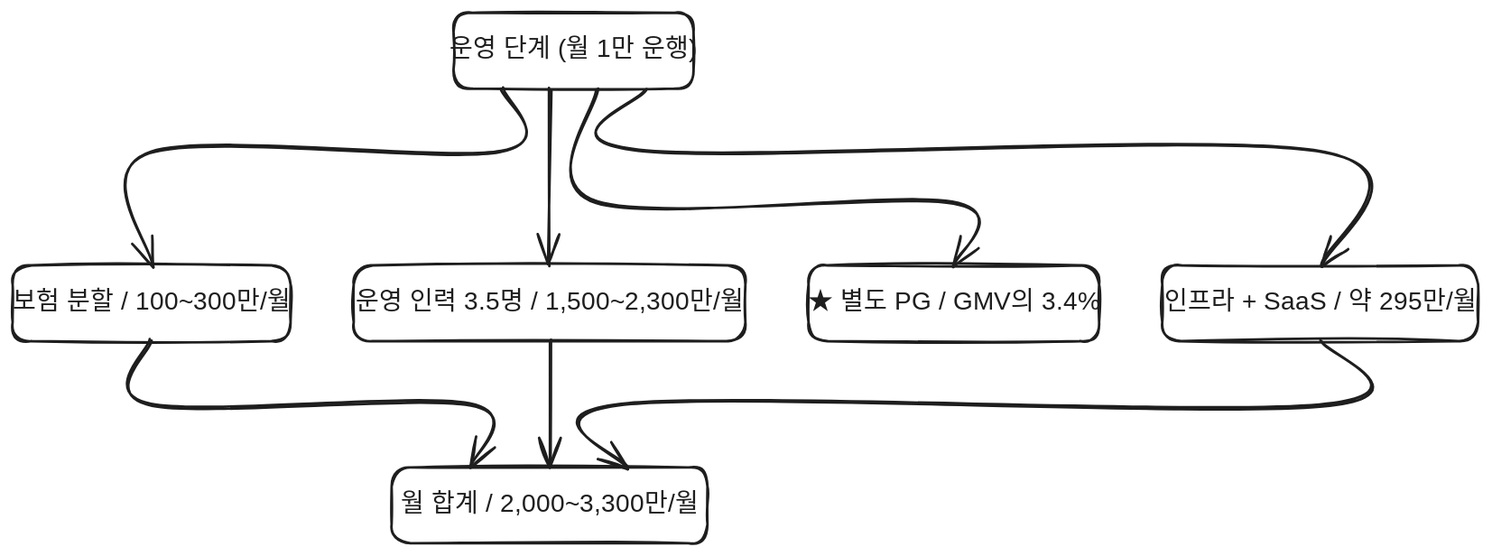
The Excalidraw diagram diagrams/08-cost-operations.excalidraw.svg in serendibeats/cargypsy, before a commit. Source tidied: one line per element, renumbered; positions are measured from the earlier drawing's top-left corner, leaving out a move shared by most shapes.
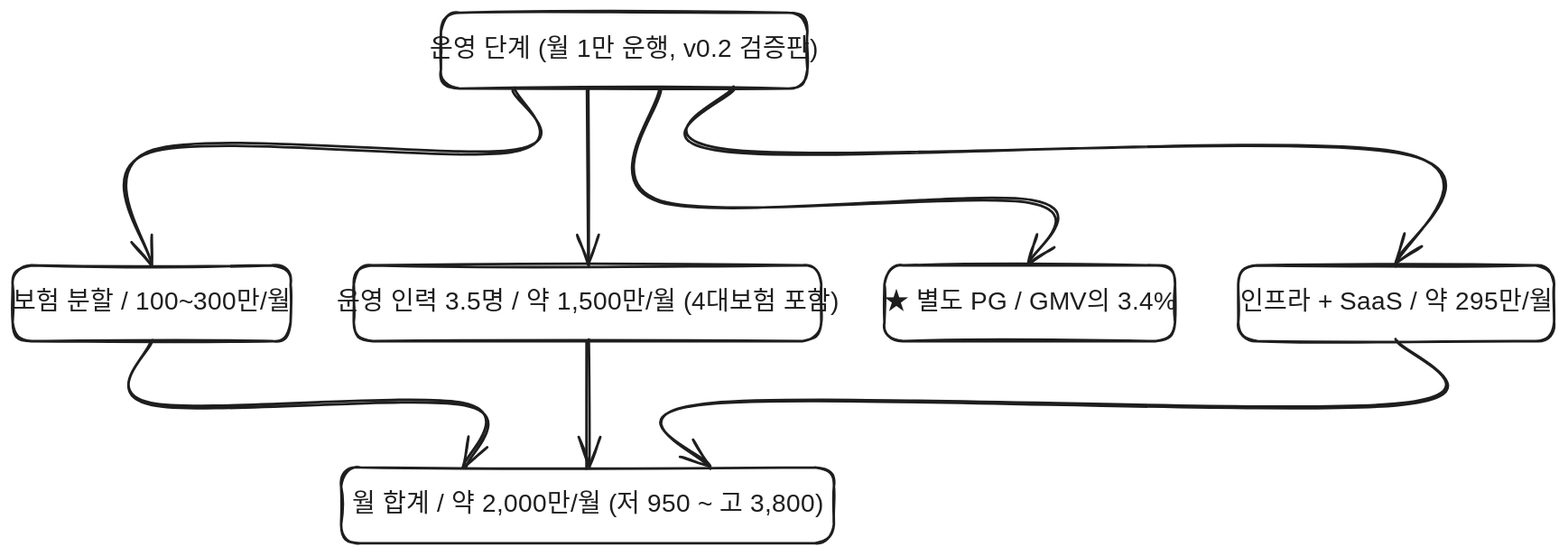
The same file after the commit.

Diff of the diagram source:
```diff
@@ -1,19 +1,19 @@
-{"id": 0, "type": "rectangle", "strokeColor": "#1e1e1e", "strokeWidth": 2, "roughness": 1, "round": true, "x": 349, "y": 0, "width": 190, "height": 60}
-{"id": 1, "type": "text", "text": "운영 단계 (월 1만 운행)", "strokeColor": "#1e1e1e", "strokeWidth": 2, "roughness": 1, "fontSize": 20, "fontFamily": 5, "textAlign": "center", "verticalAlign": "middle", "x": 354, "y": 18, "width": 180, "height": 25}
-{"id": 2, "type": "rectangle", "strokeColor": "#1e1e1e", "strokeWidth": 2, "roughness": 1, "round": true, "x": 910, "y": 200, "width": 250, "height": 60}
+{"id": 19, "type": "rectangle", "strokeColor": "#1e1e1e", "strokeWidth": 2, "roughness": 1, "round": true, "x": 279, "y": 0, "width": 290, "height": 60}
+{"id": 20, "type": "text", "text": "운영 단계 (월 1만 운행, v0.2 검증판)", "strokeColor": "#1e1e1e", "strokeWidth": 2, "roughness": 1, "fontSize": 20, "fontFamily": 5, "textAlign": "center", "verticalAlign": "middle", "x": 274, "y": 18, "width": 300, "height": 25}
+{"id": 21, "type": "rectangle", "strokeColor": "#1e1e1e", "strokeWidth": 2, "roughness": 1, "round": true, "x": 910, "y": 200, "width": 250, "height": 60}
 {"id": 3, "type": "text", "text": "인프라 + SaaS / 약 295만/월", "strokeColor": "#1e1e1e", "strokeWidth": 2, "roughness": 1, "fontSize": 20, "fontFamily": 5, "textAlign": "center", "verticalAlign": "middle", "x": 909, "y": 218, "width": 252, "height": 25}
-{"id": 4, "type": "rectangle", "strokeColor": "#1e1e1e", "strokeWidth": 2, "roughness": 1, "round": true, "x": 270, "y": 200, "width": 310, "height": 60}
-{"id": 5, "type": "text", "text": "운영 인력 3.5명 / 1,500~2,300만/월", "strokeColor": "#1e1e1e", "strokeWidth": 2, "roughness": 1, "fontSize": 20, "fontFamily": 5, "textAlign": "center", "verticalAlign": "middle", "x": 263, "y": 218, "width": 324, "height": 25}
-{"id": 6, "type": "rectangle", "strokeColor": "#1e1e1e", "strokeWidth": 2, "roughness": 1, "round": true, "x": 0, "y": 200, "width": 220, "height": 60}
+{"id": 22, "type": "rectangle", "strokeColor": "#1e1e1e", "strokeWidth": 2, "roughness": 1, "round": true, "x": 210, "y": 200, "width": 370, "height": 60}
+{"id": 23, "type": "text", "text": "운영 인력 3.5명 / 약 1,500만/월 (4대보험 포함)", "strokeColor": "#1e1e1e", "strokeWidth": 2, "roughness": 1, "fontSize": 20, "fontFamily": 5, "textAlign": "center", "verticalAlign": "middle", "x": 197, "y": 218, "width": 396, "height": 25}
+{"id": 24, "type": "rectangle", "strokeColor": "#1e1e1e", "strokeWidth": 2, "roughness": 1, "round": true, "x": -60, "y": 200, "width": 220, "height": 60}
-{"id": 7, "type": "text", "text": "보험 분할 / 100~300만/월", "strokeColor": "#1e1e1e", "strokeWidth": 2, "roughness": 1, "fontSize": 20, "fontFamily": 5, "textAlign": "center", "verticalAlign": "middle", "x": 2, "y": 218, "width": 216, "height": 25}
+{"id": 7, "type": "text", "text": "보험 분할 / 100~300만/월", "strokeColor": "#1e1e1e", "strokeWidth": 2, "roughness": 1, "fontSize": 20, "fontFamily": 5, "textAlign": "center", "verticalAlign": "middle", "x": -58, "y": 218, "width": 216, "height": 25}
-{"id": 8, "type": "rectangle", "strokeColor": "#1e1e1e", "strokeWidth": 2, "roughness": 1, "round": true, "x": 300, "y": 360, "width": 250, "height": 60}
-{"id": 9, "type": "text", "text": "월 합계 / 2,000~3,300만/월", "strokeColor": "#1e1e1e", "strokeWidth": 2, "roughness": 1, "fontSize": 20, "fontFamily": 5, "textAlign": "center", "verticalAlign": "middle", "x": 299, "y": 378, "width": 252, "height": 25}
-{"id": 10, "type": "rectangle", "strokeColor": "#1e1e1e", "strokeWidth": 2, "roughness": 1, "round": true, "x": 630, "y": 200, "width": 230, "height": 60}
+{"id": 25, "type": "rectangle", "strokeColor": "#1e1e1e", "strokeWidth": 2, "roughness": 1, "round": true, "x": 200, "y": 360, "width": 390, "height": 60}
+{"id": 26, "type": "text", "text": "월 합계 / 약 2,000만/월 (저 950 ~ 고 3,800)", "strokeColor": "#1e1e1e", "strokeWidth": 2, "roughness": 1, "fontSize": 20, "fontFamily": 5, "textAlign": "center", "verticalAlign": "middle", "x": 185, "y": 378, "width": 420, "height": 25}
+{"id": 27, "type": "rectangle", "strokeColor": "#1e1e1e", "strokeWidth": 2, "roughness": 1, "round": true, "x": 630, "y": 200, "width": 230, "height": 60}
 {"id": 11, "type": "text", "text": "★ 별도 PG / GMV의 3.4%", "strokeColor": "#1e1e1e", "strokeWidth": 2, "roughness": 1, "fontSize": 20, "fontFamily": 5, "textAlign": "center", "verticalAlign": "middle", "x": 631, "y": 218, "width": 228, "height": 25}
-{"id": 12, "type": "arrow", "strokeColor": "#1e1e1e", "strokeWidth": 2, "roughness": 1, "endArrowhead": "arrow", "round": true, "from": 0, "to": 2, "x": 501, "y": 60, "width": 534, "height": 140, "points": [[0, 0], [0, 50], [534, 50], [534, 140]]}
-{"id": 13, "type": "arrow", "strokeColor": "#1e1e1e", "strokeWidth": 2, "roughness": 1, "endArrowhead": "arrow", "round": true, "from": 0, "to": 4, "x": 425, "y": 60, "width": 0, "height": 140, "points": [[0, 0], [0, 140]]}
-{"id": 14, "type": "arrow", "strokeColor": "#1e1e1e", "strokeWidth": 2, "roughness": 1, "endArrowhead": "arrow", "round": true, "from": 0, "to": 6, "x": 387, "y": 60, "width": 277, "height": 140, "points": [[0, 0], [0, 50], [-277, 50], [-277, 140]]}
-{"id": 15, "type": "arrow", "strokeColor": "#1e1e1e", "strokeWidth": 2, "roughness": 1, "endArrowhead": "arrow", "round": true, "from": 2, "to": 8, "x": 1035, "y": 260, "width": 547, "height": 100, "points": [[0, 0], [0, 50], [-547, 50], [-547, 100]]}
-{"id": 16, "type": "arrow", "strokeColor": "#1e1e1e", "strokeWidth": 2, "roughness": 1, "endArrowhead": "arrow", "round": true, "from": 4, "to": 8, "x": 425, "y": 260, "width": 0, "height": 100, "points": [[0, 0], [0, 100]]}
-{"id": 17, "type": "arrow", "strokeColor": "#1e1e1e", "strokeWidth": 2, "roughness": 1, "endArrowhead": "arrow", "round": true, "from": 6, "to": 8, "x": 110, "y": 260, "width": 253, "height": 100, "points": [[0, 0], [0, 50], [253, 50], [253, 100]]}
-{"id": 18, "type": "arrow", "strokeColor": "#1e1e1e", "strokeWidth": 2, "roughness": 1, "endArrowhead": "arrow", "round": true, "from": 0, "to": 10, "x": 463, "y": 60, "width": 282, "height": 140, "points": [[0, 0], [0, 90], [282, 90], [282, 140]]}
+{"id": 28, "type": "arrow", "strokeColor": "#1e1e1e", "strokeWidth": 2, "roughness": 1, "endArrowhead": "arrow", "round": true, "from": 19, "to": 21, "x": 511, "y": 60, "width": 524, "height": 140, "points": [[0, 0], [0, 50], [524, 50], [524, 140]]}
+{"id": 29, "type": "arrow", "strokeColor": "#1e1e1e", "strokeWidth": 2, "roughness": 1, "endArrowhead": "arrow", "round": true, "from": 19, "to": 22, "x": 395, "y": 60, "width": 0, "height": 140, "points": [[0, 0], [0, 140]]}
+{"id": 30, "type": "arrow", "strokeColor": "#1e1e1e", "strokeWidth": 2, "roughness": 1, "endArrowhead": "arrow", "round": true, "from": 19, "to": 24, "x": 337, "y": 60, "width": 287, "height": 140, "points": [[0, 0], [0, 50], [-287, 50], [-287, 140]]}
+{"id": 31, "type": "arrow", "strokeColor": "#1e1e1e", "strokeWidth": 2, "roughness": 1, "endArrowhead": "arrow", "round": true, "from": 21, "to": 25, "x": 1035, "y": 260, "width": 542, "height": 100, "points": [[0, 0], [0, 50], [-542, 50], [-542, 100]]}
+{"id": 32, "type": "arrow", "strokeColor": "#1e1e1e", "strokeWidth": 2, "roughness": 1, "endArrowhead": "arrow", "round": true, "from": 22, "to": 25, "x": 395, "y": 260, "width": 0, "height": 100, "points": [[0, 0], [0, 100]]}
+{"id": 33, "type": "arrow", "strokeColor": "#1e1e1e", "strokeWidth": 2, "roughness": 1, "endArrowhead": "arrow", "round": true, "from": 24, "to": 25, "x": 50, "y": 260, "width": 248, "height": 100, "points": [[0, 0], [0, 50], [248, 50], [248, 100]]}
+{"id": 34, "type": "arrow", "strokeColor": "#1e1e1e", "strokeWidth": 2, "roughness": 1, "endArrowhead": "arrow", "round": true, "from": 19, "to": 27, "x": 453, "y": 60, "width": 292, "height": 140, "points": [[0, 0], [0, 90], [292, 90], [292, 140]]}
```
